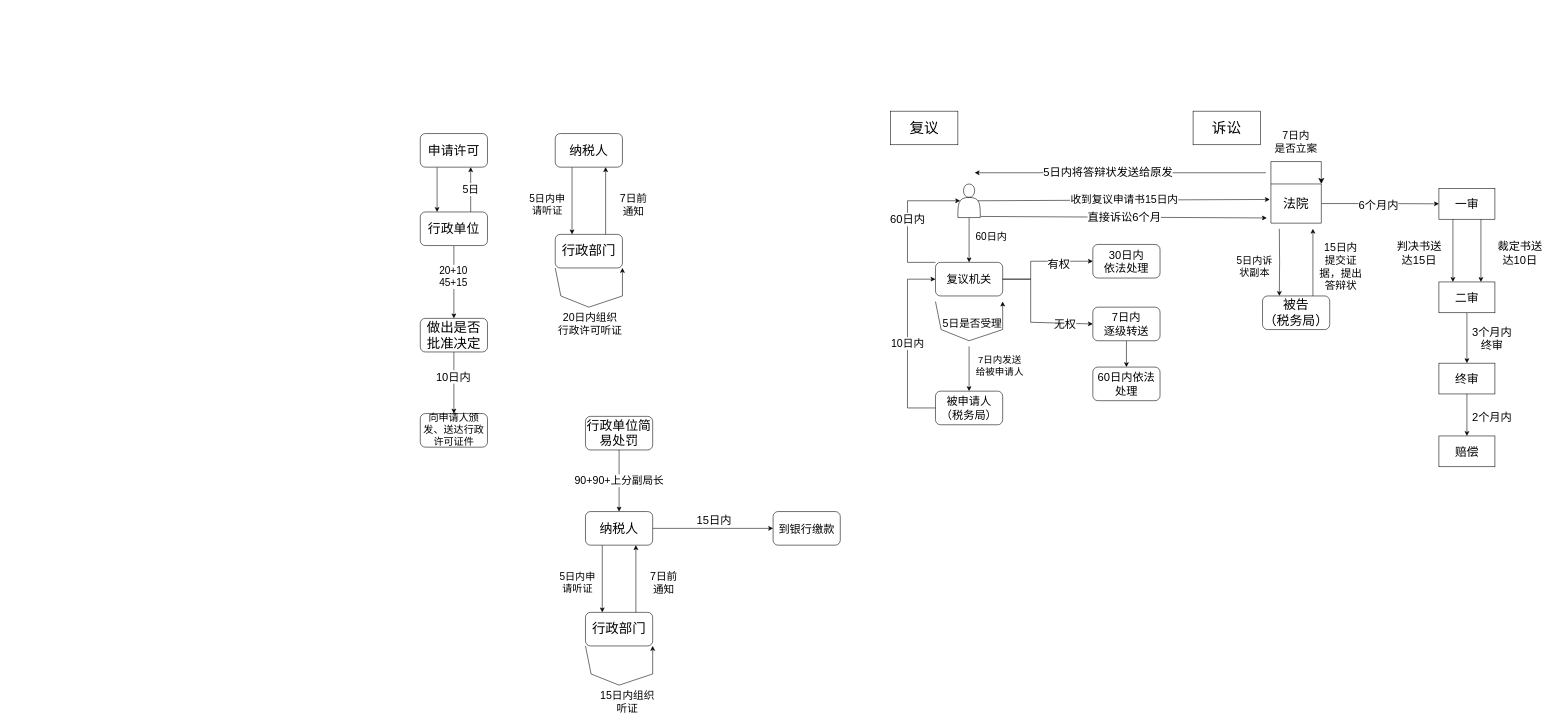
Above: 执法资格考试.drawio in FelixTt/repositoryForDraw.io (draw.io), before the change. Source tidied: cells renumbered, new cells numbered last; positions are measured from the earlier drawing's top-left corner, leaving out a move shared by most shapes. Both pictures are drawn from the tidied source at 56%, with x=0, y=0 at pixel (420, 111).
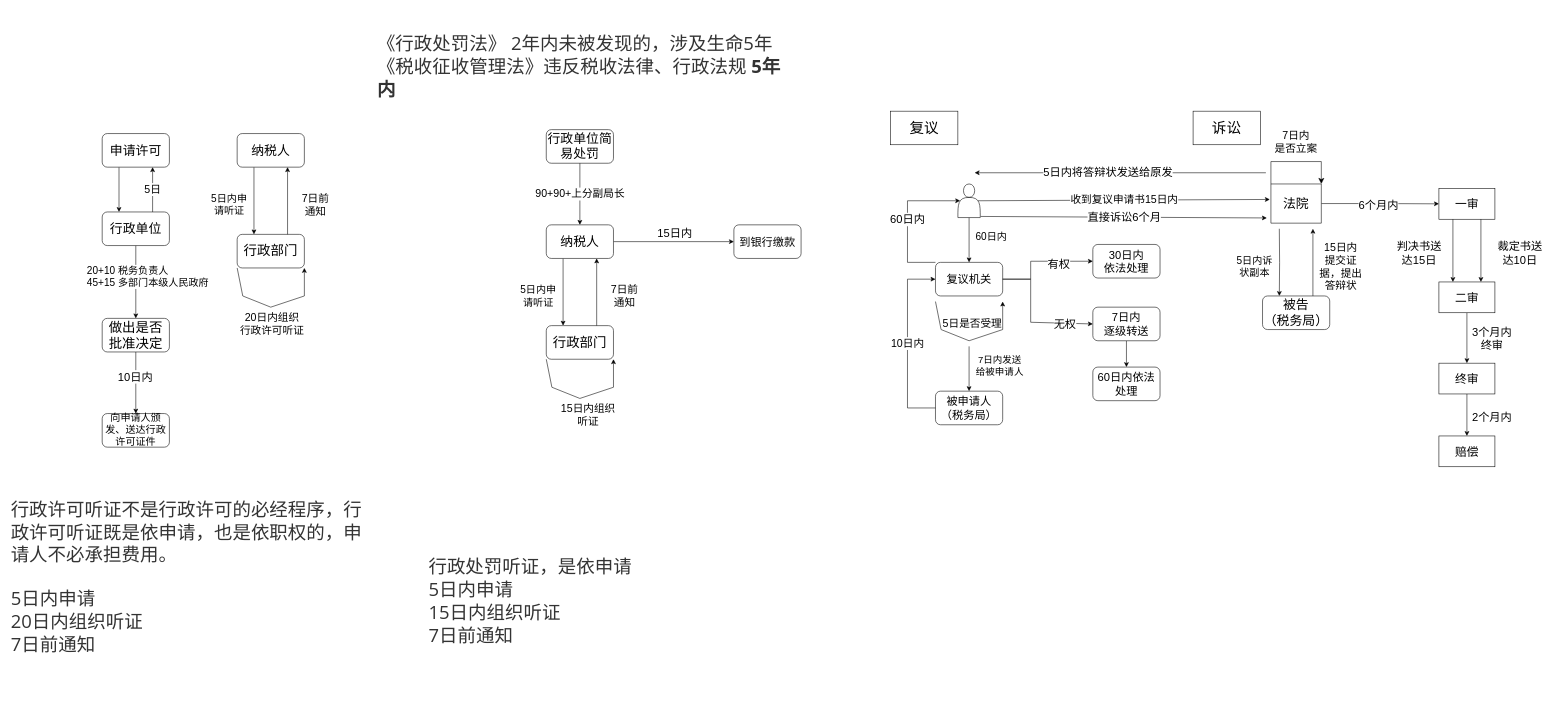
Above is the later version.

Commit message (it also covers changes not shown here):
更新执法资格考试.drawio

The change refers to these unchanged cells:
```xml
<mxCell id="4" style="edgeStyle=orthogonalEdgeStyle;rounded=0;jettySize=auto;html=1;" parent="1" edge="1" source="6" target="9">
  <mxGeometry relative="1" as="geometry" />
</mxCell>
```

Diff of the diagram source:
```diff
@@
     <mxCell id="3" value="&lt;font style=&quot;font-size: 23px;&quot;&gt;申请许可&lt;/font&gt;" style="rounded=1;whiteSpace=wrap;html=1;" parent="1" vertex="1">
-      <mxGeometry y="40" width="120" height="60" as="geometry" />
+      <mxGeometry x="-568" y="40" width="120" height="60" as="geometry" />
     </mxCell>
@@
-    <mxCell id="5" value="&lt;font style=&quot;font-size: 18px;&quot;&gt;20+10&lt;br&gt;45+15&lt;/font&gt;" style="edgeLabel;html=1;align=center;verticalAlign=middle;" parent="4" vertex="1">
-      <mxGeometry x="-0.16" y="-2" relative="1" as="geometry" />
+    <mxCell id="5" value="&lt;font style=&quot;font-size: 18px;&quot;&gt;20+10 税务负责人&lt;br&gt;45+15 多部门本级人民政府&lt;/font&gt;" style="edgeLabel;html=1;align=left;verticalAlign=middle;" parent="4" vertex="1">
+      <mxGeometry x="-0.16" y="-2" relative="1" as="geometry">
+        <mxPoint x="-87" as="offset" />
+      </mxGeometry>
     </mxCell>
     <mxCell id="6" value="&lt;font style=&quot;font-size: 23px;&quot;&gt;行政单位&lt;/font&gt;" style="whiteSpace=wrap;html=1;rounded=1;" parent="1" vertex="1">
-      <mxGeometry y="180" width="120" height="60" as="geometry" />
+      <mxGeometry x="-568" y="180" width="120" height="60" as="geometry" />
     </mxCell>
@@
     <mxCell id="9" value="&lt;font style=&quot;font-size: 24px;&quot;&gt;做出是否批准决定&lt;/font&gt;" style="whiteSpace=wrap;html=1;rounded=1;" parent="1" vertex="1">
-      <mxGeometry y="370" width="120" height="60" as="geometry" />
+      <mxGeometry x="-568" y="370" width="120" height="60" as="geometry" />
     </mxCell>
@@
     <mxCell id="11" value="&lt;span style=&quot;font-size: 23px;&quot;&gt;行政单位简易处罚&lt;/span&gt;" style="rounded=1;whiteSpace=wrap;html=1;" parent="1" vertex="1">
-      <mxGeometry x="295" y="545" width="120" height="60" as="geometry" />
+      <mxGeometry x="225" y="33" width="120" height="60" as="geometry" />
     </mxCell>
@@
     <mxCell id="14" value="&lt;font style=&quot;font-size: 23px;&quot;&gt;纳税人&lt;/font&gt;" style="whiteSpace=wrap;html=1;rounded=1;" parent="1" vertex="1">
-      <mxGeometry x="295" y="715" width="120" height="60" as="geometry" />
+      <mxGeometry x="225" y="203" width="120" height="60" as="geometry" />
     </mxCell>
     <mxCell id="15" value="&lt;font style=&quot;font-size: 24px;&quot;&gt;行政部门&lt;/font&gt;" style="whiteSpace=wrap;html=1;rounded=1;" parent="1" vertex="1">
-      <mxGeometry x="295" y="895" width="120" height="60" as="geometry" />
+      <mxGeometry x="225" y="383" width="120" height="60" as="geometry" />
     </mxCell>
@@
     <mxCell id="17" style="endArrow=classic;html=1;rounded=0;exitX=0;exitY=1;exitDx=0;exitDy=0;entryX=1;entryY=1;entryDx=0;entryDy=0;" parent="1" edge="1" source="15" target="15">
       <mxGeometry relative="1" as="geometry">
         <Array as="points">
-          <mxPoint x="305" y="1005" />
-          <mxPoint x="355" y="1025" />
-          <mxPoint x="415" y="1005" />
+          <mxPoint x="235" y="493" />
+          <mxPoint x="285" y="513" />
+          <mxPoint x="345" y="493" />
         </Array>
       </mxGeometry>
     </mxCell>
     <mxCell id="18" value="&lt;font style=&quot;font-size: 19px;&quot;&gt;15日内组织听证&lt;/font&gt;" style="text;html=1;strokeColor=none;fillColor=none;align=center;verticalAlign=middle;whiteSpace=wrap;rounded=0;" parent="1" vertex="1">
-      <mxGeometry x="315" y="1035" width="110" height="40" as="geometry" />
+      <mxGeometry x="245" y="523" width="110" height="40" as="geometry" />
     </mxCell>
     <mxCell id="19" value="&lt;font style=&quot;font-size: 19px;&quot;&gt;7日前&lt;br&gt;通知&lt;/font&gt;" style="text;html=1;strokeColor=none;fillColor=none;align=center;verticalAlign=middle;whiteSpace=wrap;rounded=0;" parent="1" vertex="1">
-      <mxGeometry x="395" y="803" width="80" height="80" as="geometry" />
+      <mxGeometry x="325" y="291" width="80" height="80" as="geometry" />
     </mxCell>
     <mxCell id="20" value="&lt;font style=&quot;font-size: 18px;&quot;&gt;5日内申请听证&lt;/font&gt;" style="text;html=1;strokeColor=none;fillColor=none;align=center;verticalAlign=middle;whiteSpace=wrap;rounded=0;" parent="1" vertex="1">
-      <mxGeometry x="241" y="803" width="80" height="80" as="geometry" />
+      <mxGeometry x="171" y="291" width="80" height="80" as="geometry" />
     </mxCell>
@@
     <mxCell id="23" value="&lt;font style=&quot;font-size: 23px;&quot;&gt;纳税人&lt;/font&gt;" style="whiteSpace=wrap;html=1;rounded=1;" parent="1" vertex="1">
-      <mxGeometry x="241" y="40" width="120" height="60" as="geometry" />
+      <mxGeometry x="-327" y="40" width="120" height="60" as="geometry" />
     </mxCell>
     <mxCell id="24" value="&lt;font style=&quot;font-size: 24px;&quot;&gt;行政部门&lt;/font&gt;" style="whiteSpace=wrap;html=1;rounded=1;" parent="1" vertex="1">
-      <mxGeometry x="241" y="220" width="120" height="60" as="geometry" />
+      <mxGeometry x="-327" y="220" width="120" height="60" as="geometry" />
     </mxCell>
     <mxCell id="25" style="endArrow=classic;html=1;rounded=0;exitX=0;exitY=1;exitDx=0;exitDy=0;entryX=1;entryY=1;entryDx=0;entryDy=0;" parent="1" edge="1" source="24" target="24">
       <mxGeometry relative="1" as="geometry">
         <Array as="points">
-          <mxPoint x="251" y="330" />
-          <mxPoint x="301" y="350" />
-          <mxPoint x="361" y="330" />
+          <mxPoint x="-317" y="330" />
+          <mxPoint x="-267" y="350" />
+          <mxPoint x="-207" y="330" />
         </Array>
       </mxGeometry>
     </mxCell>
     <mxCell id="26" value="&lt;font style=&quot;font-size: 19px;&quot;&gt;20日内组织&lt;br&gt;行政许可听证&lt;/font&gt;" style="text;html=1;strokeColor=none;fillColor=none;align=center;verticalAlign=middle;whiteSpace=wrap;rounded=0;" parent="1" vertex="1">
-      <mxGeometry x="234" y="360" width="139" height="40" as="geometry" />
+      <mxGeometry x="-334" y="360" width="139" height="40" as="geometry" />
     </mxCell>
     <mxCell id="27" value="&lt;font style=&quot;font-size: 19px;&quot;&gt;7日前&lt;br&gt;通知&lt;/font&gt;" style="text;html=1;strokeColor=none;fillColor=none;align=center;verticalAlign=middle;whiteSpace=wrap;rounded=0;" parent="1" vertex="1">
-      <mxGeometry x="341" y="128" width="80" height="80" as="geometry" />
+      <mxGeometry x="-227" y="128" width="80" height="80" as="geometry" />
     </mxCell>
     <mxCell id="28" value="&lt;font style=&quot;font-size: 18px;&quot;&gt;5日内申请听证&lt;/font&gt;" style="text;html=1;strokeColor=none;fillColor=none;align=center;verticalAlign=middle;whiteSpace=wrap;rounded=0;" parent="1" vertex="1">
-      <mxGeometry x="187" y="128" width="80" height="80" as="geometry" />
+      <mxGeometry x="-381" y="128" width="80" height="80" as="geometry" />
     </mxCell>
@@
     <mxCell id="69" value="&lt;font style=&quot;font-size: 18px;&quot;&gt;向申请人颁发、送达行政许可证件&lt;/font&gt;" style="whiteSpace=wrap;html=1;rounded=1;" parent="1" vertex="1">
-      <mxGeometry y="540" width="120" height="60" as="geometry" />
+      <mxGeometry x="-568" y="540" width="120" height="60" as="geometry" />
     </mxCell>
     <mxCell id="70" value="&lt;font style=&quot;font-size: 20px;&quot;&gt;到银行缴款&lt;/font&gt;" style="rounded=1;whiteSpace=wrap;html=1;" parent="1" vertex="1">
-      <mxGeometry x="630" y="715" width="120" height="60" as="geometry" />
+      <mxGeometry x="560" y="203" width="120" height="60" as="geometry" />
     </mxCell>
     <mxCell id="71" value="&lt;font style=&quot;font-size: 20px;&quot;&gt;15日内&lt;/font&gt;" style="text;html=1;strokeColor=none;fillColor=none;align=center;verticalAlign=middle;whiteSpace=wrap;rounded=0;" parent="1" vertex="1">
-      <mxGeometry x="460" y="715" width="130" height="30" as="geometry" />
+      <mxGeometry x="390" y="203" width="130" height="30" as="geometry" />
     </mxCell>
@@
+    <mxCell id="80" value="&lt;span style=&quot;color: rgb(51, 51, 51); font-family: &amp;quot;Open Sans&amp;quot;, &amp;quot;Clear Sans&amp;quot;, &amp;quot;Helvetica Neue&amp;quot;, Helvetica, Arial, &amp;quot;Segoe UI Emoji&amp;quot;, sans-serif; orphans: 4; caret-color: rgb(51, 51, 51); white-space-collapse: preserve; font-size: 33px;&quot;&gt;&lt;font style=&quot;font-size: 33px;&quot;&gt;行政许可听证不是行政许可的必经程序，行政许可听证既是依申请，也是依职权的，申请人不必承担费用。&lt;/font&gt;&lt;/span&gt;&lt;div&gt;&lt;div style=&quot;orphans: 4;&quot;&gt;&lt;font face=&quot;Open Sans, Clear Sans, Helvetica Neue, Helvetica, Arial, Segoe UI Emoji, sans-serif&quot; color=&quot;#333333&quot;&gt;&lt;span style=&quot;font-size: 33px; caret-color: rgb(51, 51, 51); white-space-collapse: preserve;&quot;&gt;&lt;br&gt;&lt;/span&gt;&lt;/font&gt;&lt;/div&gt;&lt;div style=&quot;font-size: 33px;&quot;&gt;&lt;font style=&quot;font-size: 33px;&quot;&gt;&lt;span style=&quot;box-sizing: border-box; caret-color: rgb(51, 51, 51); color: rgb(51, 51, 51); font-family: &amp;quot;Open Sans&amp;quot;, &amp;quot;Clear Sans&amp;quot;, &amp;quot;Helvetica Neue&amp;quot;, Helvetica, Arial, &amp;quot;Segoe UI Emoji&amp;quot;, sans-serif; orphans: 4; white-space-collapse: preserve; text-size-adjust: auto;&quot; class=&quot;md-plain md-expand&quot;&gt;5日内申请&lt;/span&gt;&lt;span style=&quot;box-sizing: border-box; caret-color: rgb(51, 51, 51); color: rgb(51, 51, 51); font-family: &amp;quot;Open Sans&amp;quot;, &amp;quot;Clear Sans&amp;quot;, &amp;quot;Helvetica Neue&amp;quot;, Helvetica, Arial, &amp;quot;Segoe UI Emoji&amp;quot;, sans-serif; orphans: 4; white-space-collapse: preserve; text-size-adjust: auto;&quot; class=&quot;md-softbreak&quot;&gt;&lt;br&gt;&lt;/span&gt;&lt;span style=&quot;box-sizing: border-box; caret-color: rgb(51, 51, 51); color: rgb(51, 51, 51); font-family: &amp;quot;Open Sans&amp;quot;, &amp;quot;Clear Sans&amp;quot;, &amp;quot;Helvetica Neue&amp;quot;, Helvetica, Arial, &amp;quot;Segoe UI Emoji&amp;quot;, sans-serif; orphans: 4; white-space-collapse: preserve; text-size-adjust: auto;&quot; class=&quot;md-plain&quot;&gt;20日内组织听证&lt;/span&gt;&lt;span style=&quot;box-sizing: border-box; caret-color: rgb(51, 51, 51); color: rgb(51, 51, 51); font-family: &amp;quot;Open Sans&amp;quot;, &amp;quot;Clear Sans&amp;quot;, &amp;quot;Helvetica Neue&amp;quot;, Helvetica, Arial, &amp;quot;Segoe UI Emoji&amp;quot;, sans-serif; orphans: 4; white-space-collapse: preserve; text-size-adjust: auto;&quot; class=&quot;md-softbreak&quot;&gt;&lt;br&gt;&lt;/span&gt;&lt;span style=&quot;box-sizing: border-box; caret-color: rgb(51, 51, 51); color: rgb(51, 51, 51); font-family: &amp;quot;Open Sans&amp;quot;, &amp;quot;Clear Sans&amp;quot;, &amp;quot;Helvetica Neue&amp;quot;, Helvetica, Arial, &amp;quot;Segoe UI Emoji&amp;quot;, sans-serif; orphans: 4; white-space-collapse: preserve; text-size-adjust: auto;&quot; class=&quot;md-plain md-expand&quot;&gt;7日前通知&lt;/span&gt;&lt;/font&gt;&lt;br&gt;&lt;/div&gt;&lt;/div&gt;" style="text;html=1;align=left;verticalAlign=middle;whiteSpace=wrap;rounded=0;" parent="1" vertex="1">
+      <mxGeometry x="-733" y="703" width="640" height="258" as="geometry" />
+    </mxCell>
+    <mxCell id="81" value="&lt;div style=&quot;font-size: 33px;&quot;&gt;&lt;font style=&quot;font-size: 33px;&quot;&gt;&lt;span style=&quot;color: rgb(51, 51, 51); font-family: &amp;quot;Open Sans&amp;quot;, &amp;quot;Clear Sans&amp;quot;, &amp;quot;Helvetica Neue&amp;quot;, Helvetica, Arial, &amp;quot;Segoe UI Emoji&amp;quot;, sans-serif; orphans: 4; caret-color: rgb(51, 51, 51); white-space-collapse: preserve; background-color: initial;&quot;&gt;行政处罚听证，是依申请&lt;/span&gt;&lt;br&gt;&lt;/font&gt;&lt;/div&gt;&lt;div style=&quot;font-size: 33px;&quot;&gt;&lt;font style=&quot;font-size: 33px;&quot;&gt;&lt;span style=&quot;box-sizing: border-box; caret-color: rgb(51, 51, 51); color: rgb(51, 51, 51); font-family: &amp;quot;Open Sans&amp;quot;, &amp;quot;Clear Sans&amp;quot;, &amp;quot;Helvetica Neue&amp;quot;, Helvetica, Arial, &amp;quot;Segoe UI Emoji&amp;quot;, sans-serif; orphans: 4; white-space-collapse: preserve; text-size-adjust: auto;&quot; class=&quot;md-plain md-expand&quot;&gt;&lt;font style=&quot;font-size: 33px;&quot;&gt;&lt;span style=&quot;box-sizing: border-box; text-size-adjust: auto;&quot; class=&quot;md-plain&quot;&gt;5日内申请&lt;/span&gt;&lt;span style=&quot;box-sizing: border-box; text-size-adjust: auto;&quot; class=&quot;md-softbreak&quot;&gt;&lt;br&gt;&lt;/span&gt;&lt;span style=&quot;box-sizing: border-box; text-size-adjust: auto;&quot; class=&quot;md-plain&quot;&gt;15日内组织听证&lt;/span&gt;&lt;span style=&quot;box-sizing: border-box; text-size-adjust: auto;&quot; class=&quot;md-softbreak&quot;&gt;&lt;br&gt;&lt;/span&gt;&lt;span style=&quot;box-sizing: border-box; text-size-adjust: auto;&quot; class=&quot;md-plain md-expand&quot;&gt;7日前通知&lt;/span&gt;&lt;/font&gt;&lt;span style=&quot;font-size: 31px;&quot;&gt;&lt;br&gt;&lt;/span&gt;&lt;/span&gt;&lt;/font&gt;&lt;/div&gt;" style="text;html=1;align=left;verticalAlign=middle;whiteSpace=wrap;rounded=0;" parent="1" vertex="1">
+      <mxGeometry x="13" y="785" width="640" height="180" as="geometry" />
+    </mxCell>
+    <mxCell id="82" value="&lt;div style=&quot;font-size: 33px;&quot;&gt;&lt;br&gt;&lt;/div&gt;&lt;div style=&quot;font-size: 33px;&quot;&gt;&lt;font style=&quot;font-size: 33px;&quot;&gt;&lt;span style=&quot;box-sizing: border-box; caret-color: rgb(51, 51, 51); color: rgb(51, 51, 51); font-family: &amp;quot;Open Sans&amp;quot;, &amp;quot;Clear Sans&amp;quot;, &amp;quot;Helvetica Neue&amp;quot;, Helvetica, Arial, &amp;quot;Segoe UI Emoji&amp;quot;, sans-serif; orphans: 4; white-space-collapse: preserve; text-size-adjust: auto;&quot; class=&quot;md-plain md-expand&quot;&gt;&lt;font style=&quot;font-size: 33px;&quot;&gt;&lt;span style=&quot;box-sizing: border-box; text-size-adjust: auto;&quot; class=&quot;md-plain md-expand&quot;&gt;&lt;font style=&quot;font-size: 33px;&quot;&gt;&lt;span style=&quot;box-sizing: border-box; text-size-adjust: auto;&quot; class=&quot;md-plain md-expand&quot;&gt;《行政处罚法》 &lt;/span&gt;&lt;span style=&quot;box-sizing: border-box; text-size-adjust: auto;&quot; class=&quot;md-pair-s&quot;&gt;&lt;span style=&quot;box-sizing: border-box;&quot;&gt;&lt;span style=&quot;box-sizing: border-box;&quot; class=&quot;md-plain&quot;&gt;2年内&lt;/span&gt;&lt;/span&gt;&lt;/span&gt;&lt;span style=&quot;box-sizing: border-box; text-size-adjust: auto;&quot; class=&quot;md-plain&quot;&gt;未被发现的，涉及生命5年&lt;/span&gt;&lt;/font&gt;&lt;/span&gt;&lt;/font&gt;&lt;/span&gt;&lt;/font&gt;&lt;/div&gt;&lt;div style=&quot;font-size: 33px;&quot;&gt;&lt;font style=&quot;font-size: 33px;&quot;&gt;&lt;span style=&quot;box-sizing: border-box; caret-color: rgb(51, 51, 51); color: rgb(51, 51, 51); font-family: &amp;quot;Open Sans&amp;quot;, &amp;quot;Clear Sans&amp;quot;, &amp;quot;Helvetica Neue&amp;quot;, Helvetica, Arial, &amp;quot;Segoe UI Emoji&amp;quot;, sans-serif; orphans: 4; white-space-collapse: preserve; text-size-adjust: auto;&quot; class=&quot;md-plain md-expand&quot;&gt;&lt;font style=&quot;font-size: 33px;&quot;&gt;&lt;span style=&quot;box-sizing: border-box; text-size-adjust: auto;&quot; class=&quot;md-plain md-expand&quot;&gt;&lt;font style=&quot;font-size: 33px;&quot;&gt;&lt;span style=&quot;box-sizing: border-box; text-size-adjust: auto;&quot; class=&quot;md-plain&quot;&gt;《税收征收管理法》违反税收法律、行政法规 &lt;/span&gt;&lt;span style=&quot;box-sizing: border-box; text-size-adjust: auto;&quot; class=&quot;md-pair-s&quot;&gt;&lt;strong style=&quot;box-sizing: border-box;&quot;&gt;&lt;span style=&quot;box-sizing: border-box;&quot; class=&quot;md-plain&quot;&gt;5年内&lt;/span&gt;&lt;/strong&gt;&lt;/span&gt;&lt;/font&gt;&lt;span style=&quot;font-size: 33px;&quot;&gt;&lt;br&gt;&lt;/span&gt;&lt;/span&gt;&lt;/font&gt;&lt;/span&gt;&lt;/font&gt;&lt;/div&gt;" style="text;html=1;align=left;verticalAlign=middle;whiteSpace=wrap;rounded=0;" parent="1" vertex="1">
+      <mxGeometry x="-79" y="-153" width="738" height="105" as="geometry" />
+    </mxCell>
```
